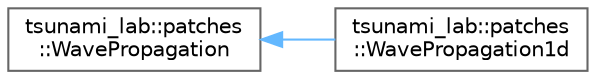
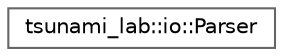
digraph "Graphical Class Hierarchy"
{
 // LATEX_PDF_SIZE
  bgcolor="transparent";
  edge [fontname=Helvetica,fontsize=10,labelfontname=Helvetica,labelfontsize=10];
  node [fontname=Helvetica,fontsize=10,shape=box,height=0.2,width=0.4];
  rankdir="LR";
-   Node0 [id="Node000000",label="tsunami_lab::patches\l::WavePropagation",height=0.2,width=0.4,color="grey40", fillcolor="white", style="filled",URL="$classtsunami__lab_1_1patches_1_1WavePropagation.html",tooltip=" "];
-   Node0 -> Node1 [id="edge1_Node000000_Node000001",dir="back",color="steelblue1",style="solid",tooltip=" "];
-   Node1 [id="Node000001",label="tsunami_lab::patches\l::WavePropagation1d",height=0.2,width=0.4,color="grey40", fillcolor="white", style="filled",URL="$classtsunami__lab_1_1patches_1_1WavePropagation1d.html",tooltip=" "];
+   Node0 [id="Node000000",label="tsunami_lab::io::Parser",height=0.2,width=0.4,color="grey40", fillcolor="white", style="filled",URL="$classtsunami__lab_1_1io_1_1Parser.html",tooltip=" "];
}
